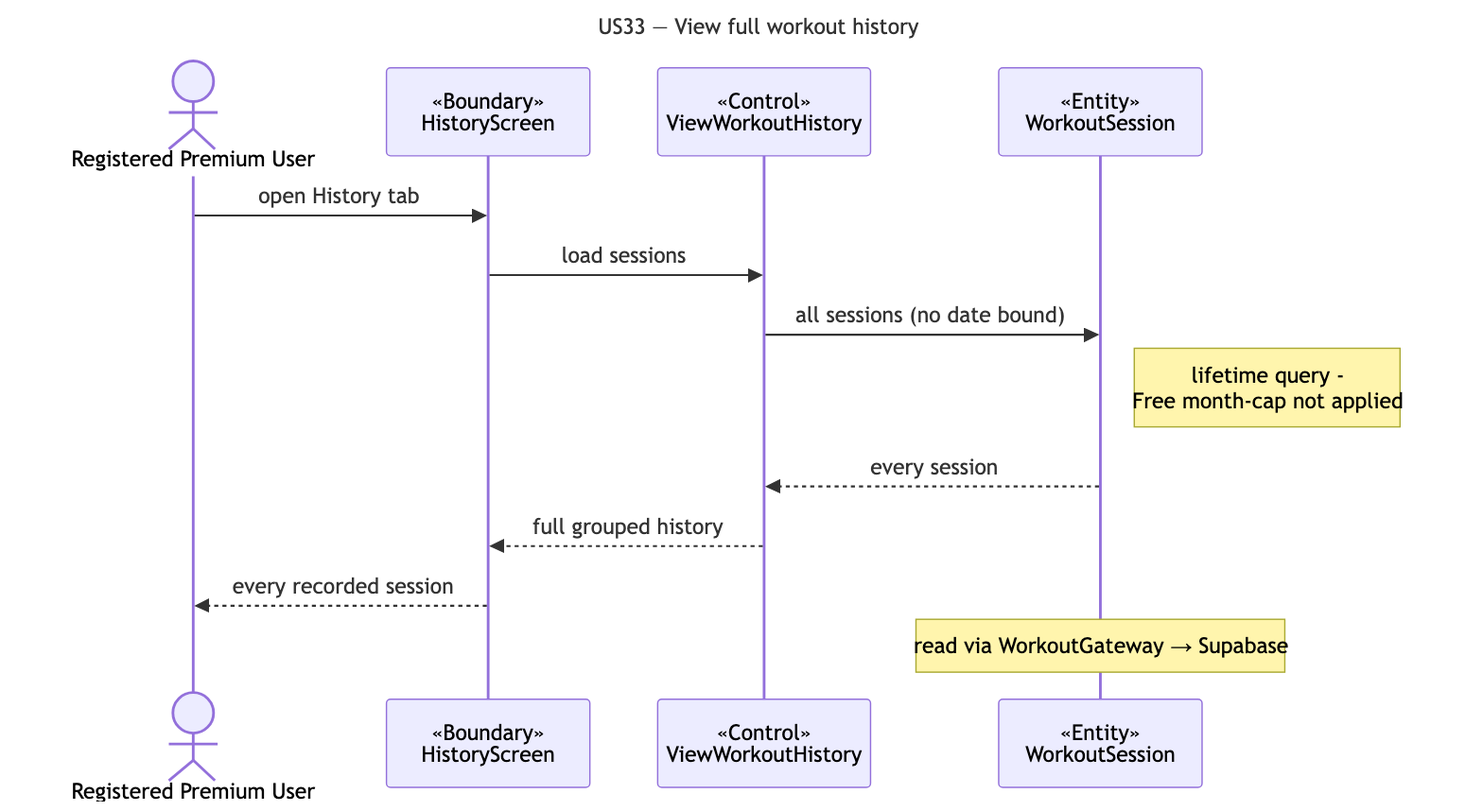
Before: docs/deliverables/sequence-diagrams/US33-full-history.png, a diagram exported from Mermaid (cyuanjun/FYP-26-S2-37-app). Its source is kept beside it as docs/deliverables/sequence-diagrams/src/US33-full-history.mmd.
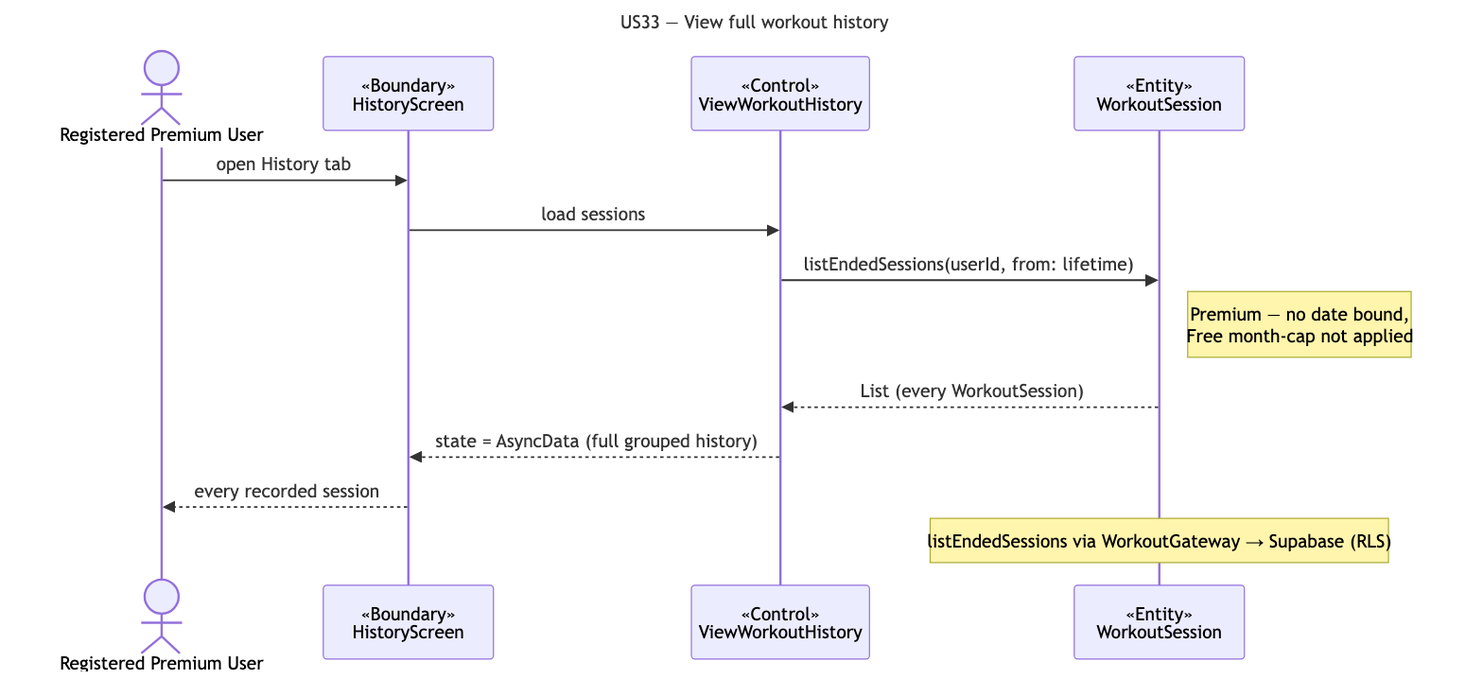
After the commit.

Change to the diagram source:
```diff
@@ -8,9 +8,9 @@
   participant E as «Entity»<br/>WorkoutSession
   A->>B: open History tab
   B->>C: load sessions
-  C->>E: all sessions (no date bound)
-  note right of E: lifetime query -<br/>Free month-cap not applied
-  E-->>C: every session
-  C-->>B: full grouped history
+  C->>E: listEndedSessions(userId, from: lifetime)
+  note right of E: Premium — no date bound,<br/>Free month-cap not applied
+  E-->>C: List (every WorkoutSession)
+  C-->>B: state = AsyncData (full grouped history)
   B-->>A: every recorded session
-  note over E: read via WorkoutGateway → Supabase
+  note over E: listEndedSessions via WorkoutGateway → Supabase (RLS)
```
